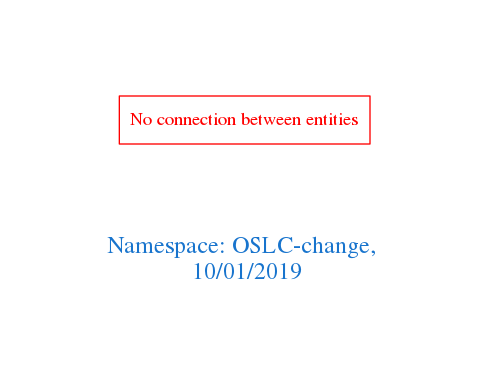
This is downloads/OSLC-change.png from arago/OGIT, a Graphviz export, as it was before one commit. Its source is kept beside it as downloads/OSLC-change.dot.
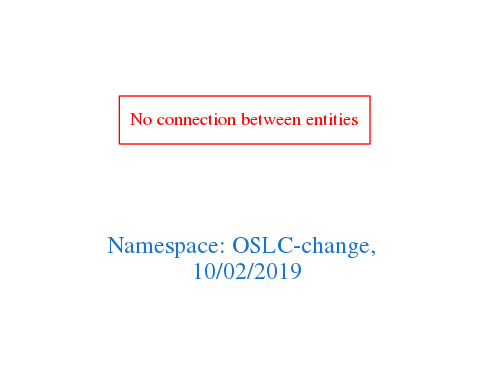
After the change.

Diff of the diagram source:
```diff
@@ -1,7 +1,7 @@
 digraph OGIT_ontology {
  graph [ rankdir= LR,pad=1
 fontsize = 18,
-fontcolor= dodgerblue3,label = "\n\n\nNamespace: OSLC-change, \n 10/01/2019"];
+fontcolor= dodgerblue3,label = "\n\n\nNamespace: OSLC-change, \n 10/02/2019"];
 node[shape=polygon];
 edge [  color="gray81"];
 
```
